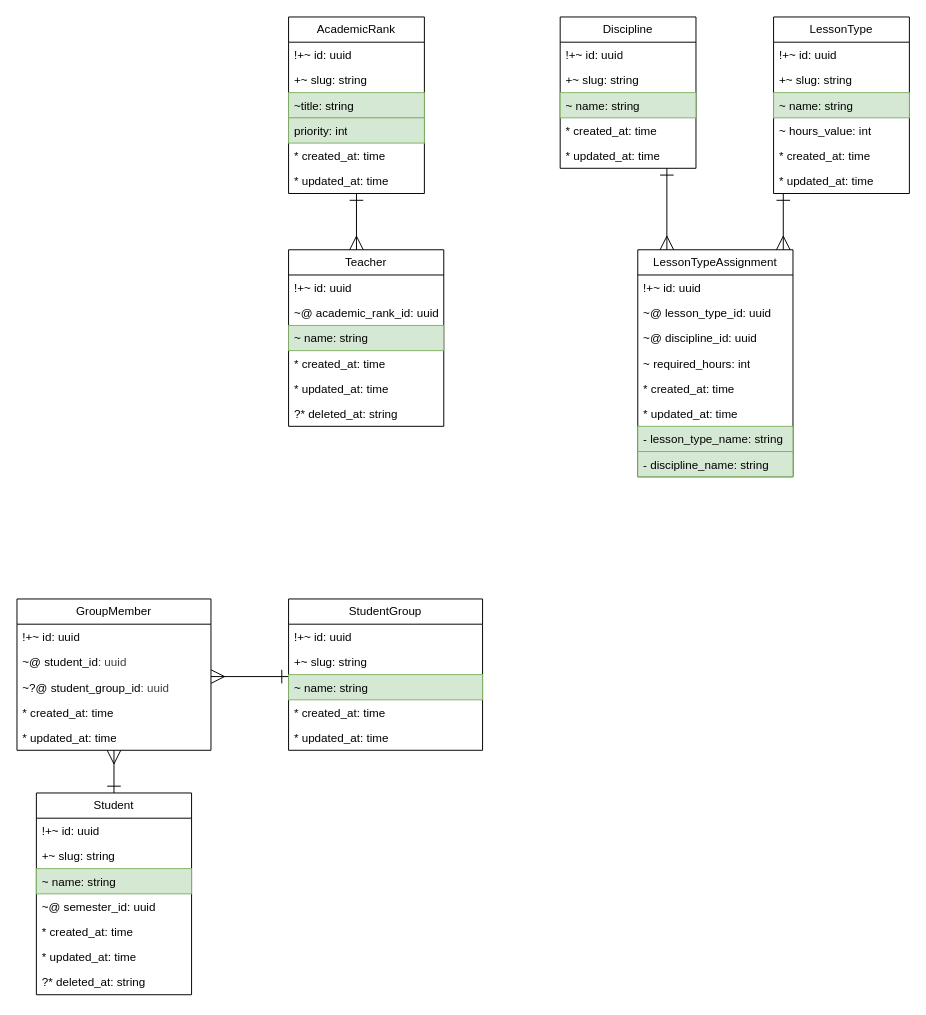
Above: page "Schedule" (5 of 9) of docs/entity_relationship.drawio in IrusHunter/duckademic (draw.io), before the change. Source tidied: cells renumbered, new cells numbered last; positions are measured from the earlier drawing's top-left corner, leaving out a move shared by most shapes. Both pictures are drawn from the tidied source at 97%, with x=0, y=0 at pixel (16, 16).
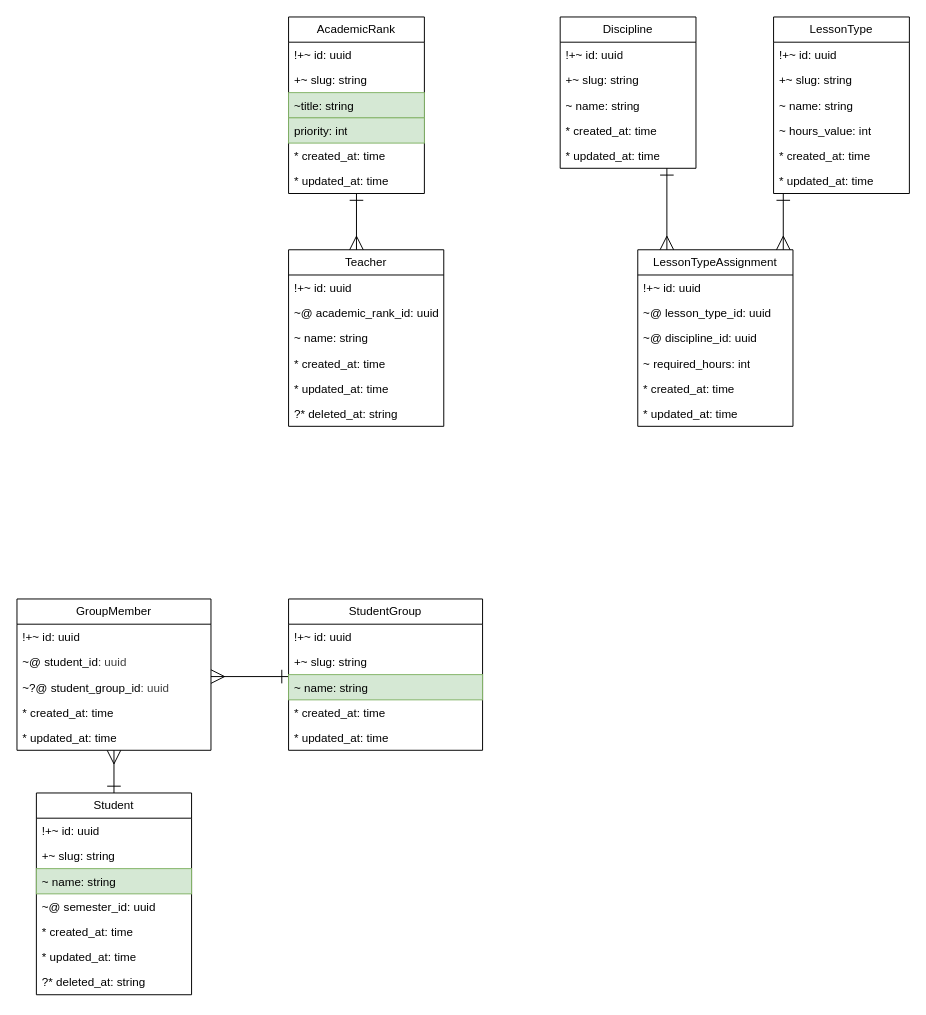
Above is the later version.

Unchanged cells that the change refers to:
```xml
<mxCell id="9" value="Teacher" style="swimlane;fontStyle=0;horizontal=1;startSize=26;fillColor=none;whiteSpace=wrap;html=1;" parent="1" vertex="1">
  <mxGeometry x="280" y="240" width="160" height="182" as="geometry" />
</mxCell>
<mxCell id="17" value="Discipline" style="swimlane;fontStyle=0;horizontal=1;startSize=26;fillColor=none;whiteSpace=wrap;html=1;" parent="1" vertex="1">
  <mxGeometry x="560" width="140" height="156" as="geometry" />
</mxCell>
<mxCell id="23" value="LessonType" style="swimlane;fontStyle=0;horizontal=1;startSize=26;fillColor=none;whiteSpace=wrap;html=1;" parent="1" vertex="1">
  <mxGeometry x="780" width="140" height="182" as="geometry" />
</mxCell>
```

What changed in the source:
```diff
@@
-    <mxCell id="12" value="~ name: string" style="text;strokeColor=#82b366;fillColor=#d5e8d4;align=left;verticalAlign=top;spacingLeft=4;spacingRight=4;overflow=hidden;whiteSpace=wrap;html=1;" parent="9" vertex="1">
+    <mxCell id="12" value="~ name: string" style="text;align=left;verticalAlign=top;spacingLeft=4;spacingRight=4;overflow=hidden;whiteSpace=wrap;html=1;" parent="9" vertex="1">
       <mxGeometry y="78" width="160" height="26" as="geometry" />
     </mxCell>
@@
-    <mxCell id="20" value="~ name: string" style="text;strokeColor=#82b366;fillColor=#d5e8d4;align=left;verticalAlign=top;spacingLeft=4;spacingRight=4;overflow=hidden;whiteSpace=wrap;html=1;" parent="17" vertex="1">
+    <mxCell id="20" value="~ name: string" style="text;align=left;verticalAlign=top;spacingLeft=4;spacingRight=4;overflow=hidden;whiteSpace=wrap;html=1;" parent="17" vertex="1">
       <mxGeometry y="78" width="140" height="26" as="geometry" />
     </mxCell>
@@
-    <mxCell id="26" value="~ name: string" style="text;strokeColor=#82b366;fillColor=#d5e8d4;align=left;verticalAlign=top;spacingLeft=4;spacingRight=4;overflow=hidden;whiteSpace=wrap;html=1;" parent="23" vertex="1">
+    <mxCell id="26" value="~ name: string" style="text;align=left;verticalAlign=top;spacingLeft=4;spacingRight=4;overflow=hidden;whiteSpace=wrap;html=1;" parent="23" vertex="1">
       <mxGeometry y="78" width="140" height="26" as="geometry" />
     </mxCell>
@@
     <mxCell id="32" value="LessonTypeAssignment" style="swimlane;fontStyle=0;horizontal=1;startSize=26;fillColor=none;whiteSpace=wrap;html=1;" parent="1" vertex="1">
-      <mxGeometry x="640" y="240" width="160" height="234" as="geometry" />
+      <mxGeometry x="640" y="240" width="160" height="182" as="geometry" />
     </mxCell>
@@
-    <mxCell id="39" value="- lesson_type_name: string" style="text;strokeColor=#82b366;fillColor=#d5e8d4;align=left;verticalAlign=top;spacingLeft=4;spacingRight=4;overflow=hidden;whiteSpace=wrap;html=1;" parent="32" vertex="1">
-      <mxGeometry y="182" width="160" height="26" as="geometry" />
-    </mxCell>
-    <mxCell id="40" value="- discipline_name: string" style="text;strokeColor=#82b366;fillColor=#d5e8d4;align=left;verticalAlign=top;spacingLeft=4;spacingRight=4;overflow=hidden;whiteSpace=wrap;html=1;" parent="32" vertex="1">
-      <mxGeometry y="208" width="160" height="26" as="geometry" />
-    </mxCell>
```
